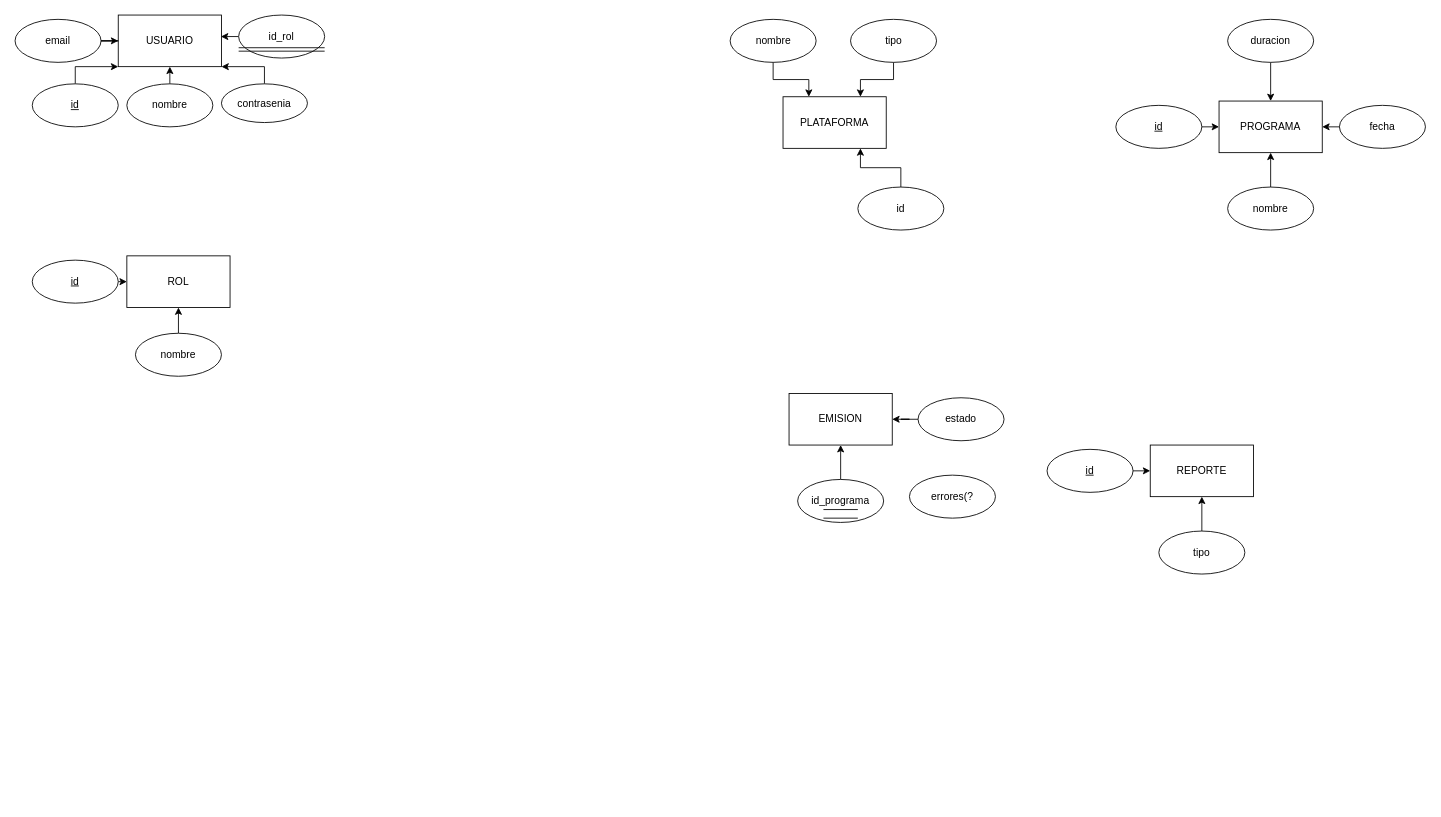
Above: DER Softlution & RO.drawio in chispamaya/Proyecto-Interdisciplinario-Medios-Audiovisuales- (draw.io), before the change. Source tidied: cells renumbered, new cells numbered last; positions are measured from the earlier drawing's top-left corner, leaving out a move shared by most shapes. Both pictures are drawn from the tidied source at 86%, with x=0, y=0 at pixel (15, 15).
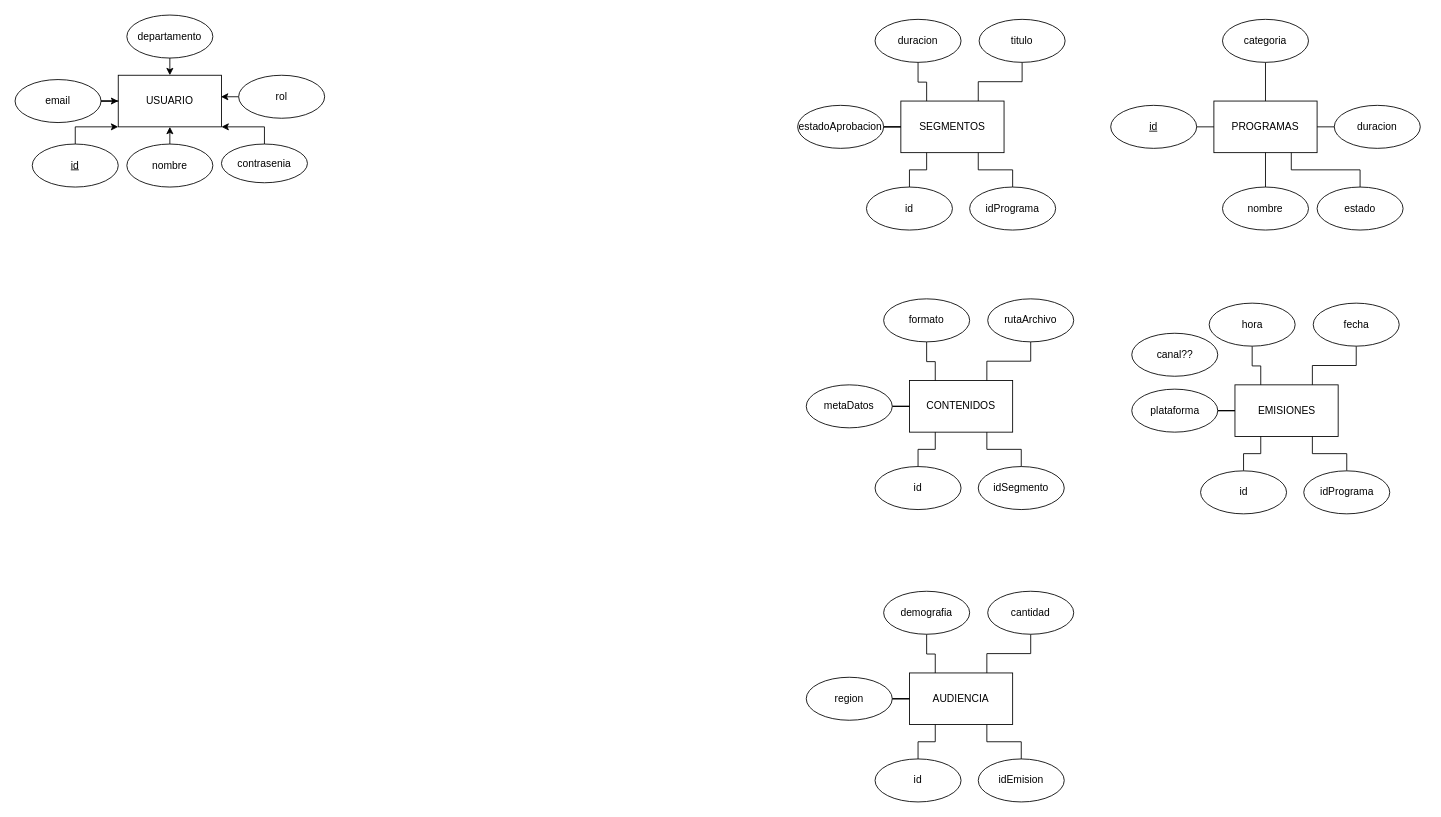
The same page after the edit.

Diff of the diagram source:
```diff
@@
     <mxCell id="2" value="USUARIO" style="rounded=0;whiteSpace=wrap;html=1;" parent="1" vertex="1">
-      <mxGeometry x="120" width="120" height="60" as="geometry" />
+      <mxGeometry x="120" y="70" width="120" height="60" as="geometry" />
     </mxCell>
@@
     <mxCell id="4" value="&lt;u&gt;id&lt;/u&gt;" style="ellipse;whiteSpace=wrap;html=1;" parent="1" vertex="1">
-      <mxGeometry x="20" y="80" width="100" height="50" as="geometry" />
+      <mxGeometry x="20" y="150" width="100" height="50" as="geometry" />
     </mxCell>
@@
     <mxCell id="6" value="nombre" style="ellipse;whiteSpace=wrap;html=1;" parent="1" vertex="1">
-      <mxGeometry x="130" y="80" width="100" height="50" as="geometry" />
+      <mxGeometry x="130" y="150" width="100" height="50" as="geometry" />
     </mxCell>
@@
     <mxCell id="8" value="contrasenia" style="ellipse;whiteSpace=wrap;html=1;" parent="1" vertex="1">
-      <mxGeometry x="240" y="80" width="100" height="45" as="geometry" />
+      <mxGeometry x="240" y="150" width="100" height="45" as="geometry" />
     </mxCell>
@@
-    <mxCell id="10" value="id_rol" style="ellipse;whiteSpace=wrap;html=1;" parent="1" vertex="1">
-      <mxGeometry x="260" width="100" height="50" as="geometry" />
+    <mxCell id="10" value="rol" style="ellipse;whiteSpace=wrap;html=1;" parent="1" vertex="1">
+      <mxGeometry x="260" y="70" width="100" height="50" as="geometry" />
     </mxCell>
-    <mxCell id="11" style="shape=link;html=1;rounded=0;" parent="1" edge="1">
-      <mxGeometry relative="1" as="geometry">
-        <mxPoint x="260" y="40" as="sourcePoint" />
-        <mxPoint x="360" y="40" as="targetPoint" />
-      </mxGeometry>
-    </mxCell>
@@
     <mxCell id="13" value="email" style="ellipse;whiteSpace=wrap;html=1;" parent="1" vertex="1">
-      <mxGeometry y="5" width="100" height="50" as="geometry" />
+      <mxGeometry y="75" width="100" height="50" as="geometry" />
     </mxCell>
-    <mxCell id="14" value="ROL" style="rounded=0;whiteSpace=wrap;html=1;" parent="1" vertex="1">
-      <mxGeometry x="130" y="280" width="120" height="60" as="geometry" />
-    </mxCell>
-    <mxCell id="15" style="edgeStyle=orthogonalEdgeStyle;rounded=0;jettySize=auto;html=1;exitX=1;exitY=0.5;exitDx=0;exitDy=0;entryX=0;entryY=0.5;entryDx=0;entryDy=0;" parent="1" edge="1" source="16" target="14">
-      <mxGeometry relative="1" as="geometry" />
-    </mxCell>
-    <mxCell id="16" value="&lt;u&gt;id&lt;/u&gt;" style="ellipse;whiteSpace=wrap;html=1;" parent="1" vertex="1">
-      <mxGeometry x="20" y="285" width="100" height="50" as="geometry" />
-    </mxCell>
-    <mxCell id="17" style="edgeStyle=orthogonalEdgeStyle;rounded=0;jettySize=auto;html=1;exitX=0.5;exitY=0;exitDx=0;exitDy=0;entryX=0.5;entryY=1;entryDx=0;entryDy=0;" parent="1" edge="1" source="18" target="14">
-      <mxGeometry relative="1" as="geometry" />
-    </mxCell>
-    <mxCell id="18" value="nombre" style="ellipse;whiteSpace=wrap;html=1;" parent="1" vertex="1">
-      <mxGeometry x="140" y="370" width="100" height="50" as="geometry" />
-    </mxCell>
-    <mxCell id="19" value="PROGRAMA" style="rounded=0;whiteSpace=wrap;html=1;" parent="1" vertex="1">
-      <mxGeometry x="1400" y="100" width="120" height="60" as="geometry" />
+    <mxCell id="19" value="PROGRAMAS" style="rounded=0;whiteSpace=wrap;html=1;" parent="1" vertex="1">
+      <mxGeometry x="1394" y="100" width="120" height="60" as="geometry" />
     </mxCell>
-    <mxCell id="20" style="edgeStyle=orthogonalEdgeStyle;rounded=0;jettySize=auto;html=1;exitX=1;exitY=0.5;exitDx=0;exitDy=0;entryX=0;entryY=0.5;entryDx=0;entryDy=0;" parent="1" edge="1" source="21" target="19">
+    <mxCell id="20" style="edgeStyle=orthogonalEdgeStyle;rounded=0;jettySize=auto;html=1;exitX=1;exitY=0.5;exitDx=0;exitDy=0;entryX=0;entryY=0.5;entryDx=0;entryDy=0;endArrow=none;endFill=0;" parent="1" edge="1" source="21" target="19">
       <mxGeometry relative="1" as="geometry" />
     </mxCell>
     <mxCell id="21" value="&lt;u&gt;id&lt;/u&gt;" style="ellipse;whiteSpace=wrap;html=1;" parent="1" vertex="1">
-      <mxGeometry x="1280" y="105" width="100" height="50" as="geometry" />
+      <mxGeometry x="1274" y="105" width="100" height="50" as="geometry" />
     </mxCell>
-    <mxCell id="22" style="edgeStyle=orthogonalEdgeStyle;rounded=0;jettySize=auto;html=1;exitX=0.5;exitY=0;exitDx=0;exitDy=0;" parent="1" edge="1" source="23" target="19">
+    <mxCell id="22" style="edgeStyle=orthogonalEdgeStyle;rounded=0;jettySize=auto;html=1;exitX=0.5;exitY=0;exitDx=0;exitDy=0;endArrow=none;endFill=0;" parent="1" edge="1" source="23" target="19">
       <mxGeometry relative="1" as="geometry" />
     </mxCell>
     <mxCell id="23" value="nombre" style="ellipse;whiteSpace=wrap;html=1;" parent="1" vertex="1">
-      <mxGeometry x="1410" y="200" width="100" height="50" as="geometry" />
+      <mxGeometry x="1404" y="200" width="100" height="50" as="geometry" />
     </mxCell>
-    <mxCell id="24" style="edgeStyle=orthogonalEdgeStyle;rounded=0;jettySize=auto;html=1;exitX=0;exitY=0.5;exitDx=0;exitDy=0;entryX=1;entryY=0.5;entryDx=0;entryDy=0;" parent="1" edge="1" source="25" target="19">
+    <mxCell id="24" style="edgeStyle=orthogonalEdgeStyle;rounded=0;jettySize=auto;html=1;exitX=0;exitY=0.5;exitDx=0;exitDy=0;entryX=1;entryY=0.5;entryDx=0;entryDy=0;endArrow=none;endFill=0;" parent="1" edge="1" source="25" target="19">
       <mxGeometry relative="1" as="geometry" />
     </mxCell>
-    <mxCell id="25" value="fecha" style="ellipse;whiteSpace=wrap;html=1;" parent="1" vertex="1">
-      <mxGeometry x="1540" y="105" width="100" height="50" as="geometry" />
+    <mxCell id="25" value="duracion" style="ellipse;whiteSpace=wrap;html=1;" parent="1" vertex="1">
+      <mxGeometry x="1534" y="105" width="100" height="50" as="geometry" />
     </mxCell>
-    <mxCell id="26" style="edgeStyle=orthogonalEdgeStyle;rounded=0;jettySize=auto;html=1;exitX=0.5;exitY=1;exitDx=0;exitDy=0;entryX=0.5;entryY=0;entryDx=0;entryDy=0;" parent="1" edge="1" source="27" target="19">
+    <mxCell id="26" style="edgeStyle=orthogonalEdgeStyle;rounded=0;jettySize=auto;html=1;exitX=0.5;exitY=1;exitDx=0;exitDy=0;entryX=0.5;entryY=0;entryDx=0;entryDy=0;endArrow=none;endFill=0;" parent="1" edge="1" source="27" target="19">
       <mxGeometry relative="1" as="geometry" />
     </mxCell>
-    <mxCell id="27" value="duracion" style="ellipse;whiteSpace=wrap;html=1;" parent="1" vertex="1">
-      <mxGeometry x="1410" y="5" width="100" height="50" as="geometry" />
+    <mxCell id="27" value="categoria" style="ellipse;whiteSpace=wrap;html=1;" parent="1" vertex="1">
+      <mxGeometry x="1404" y="5" width="100" height="50" as="geometry" />
     </mxCell>
-    <mxCell id="28" value="EMISION" style="rounded=0;whiteSpace=wrap;html=1;" parent="1" vertex="1">
-      <mxGeometry x="900" y="440" width="120" height="60" as="geometry" />
-    </mxCell>
-    <mxCell id="29" style="edgeStyle=orthogonalEdgeStyle;rounded=0;jettySize=auto;html=1;exitX=0;exitY=0.5;exitDx=0;exitDy=0;" parent="1" edge="1" source="30" target="28">
-      <mxGeometry relative="1" as="geometry" />
-    </mxCell>
+    <mxCell id="48" value="SEGMENTOS" style="rounded=0;whiteSpace=wrap;html=1;" parent="1" vertex="1">
+      <mxGeometry x="1030" y="100" width="120" height="60" as="geometry" />
+    </mxCell>
+    <mxCell id="49" style="edgeStyle=orthogonalEdgeStyle;rounded=0;jettySize=auto;html=1;entryX=0.75;entryY=1;entryDx=0;entryDy=0;strokeColor=default;endArrow=none;endFill=0;" parent="1" edge="1" source="30" target="19">
+      <mxGeometry relative="1" as="geometry" />
+    </mxCell>
     <mxCell id="30" value="estado" style="ellipse;whiteSpace=wrap;html=1;" parent="1" vertex="1">
-      <mxGeometry x="1050" y="445" width="100" height="50" as="geometry" />
+      <mxGeometry x="1514" y="200" width="100" height="50" as="geometry" />
     </mxCell>
-    <mxCell id="31" style="edgeStyle=orthogonalEdgeStyle;rounded=0;jettySize=auto;html=1;exitX=0.5;exitY=0;exitDx=0;exitDy=0;entryX=0.5;entryY=1;entryDx=0;entryDy=0;" parent="1" edge="1" source="32" target="28">
-      <mxGeometry relative="1" as="geometry" />
-    </mxCell>
-    <mxCell id="32" value="id_programa" style="ellipse;whiteSpace=wrap;html=1;" parent="1" vertex="1">
-      <mxGeometry x="910" y="540" width="100" height="50" as="geometry" />
-    </mxCell>
-    <mxCell id="33" style="endArrow=none;html=1;rounded=0;" parent="1" edge="1">
-      <mxGeometry relative="1" as="geometry">
-        <mxPoint x="940" y="575" as="sourcePoint" />
-        <mxPoint x="980" y="575" as="targetPoint" />
-      </mxGeometry>
-    </mxCell>
-    <mxCell id="34" style="endArrow=none;html=1;rounded=0;" parent="1" edge="1">
-      <mxGeometry relative="1" as="geometry">
-        <mxPoint x="940" y="585" as="sourcePoint" />
-        <mxPoint x="980" y="585" as="targetPoint" />
-      </mxGeometry>
-    </mxCell>
-    <mxCell id="35" value="errores(?" style="ellipse;whiteSpace=wrap;html=1;" parent="1" vertex="1">
-      <mxGeometry x="1040" y="535" width="100" height="50" as="geometry" />
-    </mxCell>
-    <mxCell id="36" value="PLATAFORMA" style="rounded=0;whiteSpace=wrap;html=1;" parent="1" vertex="1">
-      <mxGeometry x="893" y="95" width="120" height="60" as="geometry" />
-    </mxCell>
-    <mxCell id="37" style="edgeStyle=orthogonalEdgeStyle;rounded=0;jettySize=auto;html=1;exitX=0.5;exitY=0;exitDx=0;exitDy=0;entryX=0.75;entryY=1;entryDx=0;entryDy=0;" parent="1" edge="1" source="38" target="36">
-      <mxGeometry relative="1" as="geometry" />
-    </mxCell>
-    <mxCell id="38" value="id" style="ellipse;whiteSpace=wrap;html=1;" parent="1" vertex="1">
-      <mxGeometry x="980" y="200" width="100" height="50" as="geometry" />
-    </mxCell>
-    <mxCell id="39" style="edgeStyle=orthogonalEdgeStyle;rounded=0;jettySize=auto;html=1;exitX=0.5;exitY=1;exitDx=0;exitDy=0;entryX=0.75;entryY=0;entryDx=0;entryDy=0;" parent="1" edge="1" source="40" target="36">
-      <mxGeometry relative="1" as="geometry" />
-    </mxCell>
-    <mxCell id="40" value="tipo" style="ellipse;whiteSpace=wrap;html=1;" parent="1" vertex="1">
-      <mxGeometry x="971.5" y="5" width="100" height="50" as="geometry" />
-    </mxCell>
-    <mxCell id="41" style="edgeStyle=orthogonalEdgeStyle;rounded=0;jettySize=auto;html=1;exitX=0.5;exitY=1;exitDx=0;exitDy=0;entryX=0.25;entryY=0;entryDx=0;entryDy=0;" parent="1" edge="1" source="42" target="36">
-      <mxGeometry relative="1" as="geometry" />
-    </mxCell>
-    <mxCell id="42" value="nombre" style="ellipse;whiteSpace=wrap;html=1;" parent="1" vertex="1">
-      <mxGeometry x="831.5" y="5" width="100" height="50" as="geometry" />
-    </mxCell>
-    <mxCell id="43" value="REPORTE" style="rounded=0;whiteSpace=wrap;html=1;" parent="1" vertex="1">
-      <mxGeometry x="1320" y="500" width="120" height="60" as="geometry" />
-    </mxCell>
-    <mxCell id="44" style="edgeStyle=orthogonalEdgeStyle;rounded=0;jettySize=auto;html=1;exitX=1;exitY=0.5;exitDx=0;exitDy=0;entryX=0;entryY=0.5;entryDx=0;entryDy=0;" parent="1" edge="1" source="45" target="43">
-      <mxGeometry relative="1" as="geometry" />
-    </mxCell>
-    <mxCell id="45" value="&lt;u&gt;id&lt;/u&gt;" style="ellipse;whiteSpace=wrap;html=1;" parent="1" vertex="1">
-      <mxGeometry x="1200" y="505" width="100" height="50" as="geometry" />
-    </mxCell>
-    <mxCell id="46" style="edgeStyle=orthogonalEdgeStyle;rounded=0;jettySize=auto;html=1;exitX=0.5;exitY=0;exitDx=0;exitDy=0;entryX=0.5;entryY=1;entryDx=0;entryDy=0;" parent="1" edge="1" source="47" target="43">
-      <mxGeometry relative="1" as="geometry" />
-    </mxCell>
-    <mxCell id="47" value="tipo" style="ellipse;whiteSpace=wrap;html=1;" parent="1" vertex="1">
-      <mxGeometry x="1330" y="600" width="100" height="50" as="geometry" />
-    </mxCell>
+    <mxCell id="50" style="edgeStyle=orthogonalEdgeStyle;rounded=0;jettySize=auto;html=1;entryX=0.25;entryY=1;entryDx=0;entryDy=0;endArrow=none;endFill=0;" parent="1" edge="1" source="51" target="48">
+      <mxGeometry relative="1" as="geometry" />
+    </mxCell>
+    <mxCell id="51" value="id" style="ellipse;whiteSpace=wrap;html=1;" parent="1" vertex="1">
+      <mxGeometry x="990" y="200" width="100" height="50" as="geometry" />
+    </mxCell>
+    <mxCell id="52" style="edgeStyle=orthogonalEdgeStyle;rounded=0;jettySize=auto;html=1;entryX=0.75;entryY=1;entryDx=0;entryDy=0;endArrow=none;endFill=0;" parent="1" edge="1" source="53" target="48">
+      <mxGeometry relative="1" as="geometry" />
+    </mxCell>
+    <mxCell id="53" value="idPrograma" style="ellipse;whiteSpace=wrap;html=1;" parent="1" vertex="1">
+      <mxGeometry x="1110" y="200" width="100" height="50" as="geometry" />
+    </mxCell>
+    <mxCell id="54" style="edgeStyle=orthogonalEdgeStyle;rounded=0;jettySize=auto;html=1;entryX=0.75;entryY=0;entryDx=0;entryDy=0;endArrow=none;endFill=0;" parent="1" edge="1" source="55" target="48">
+      <mxGeometry relative="1" as="geometry" />
+    </mxCell>
+    <mxCell id="55" value="titulo" style="ellipse;whiteSpace=wrap;html=1;" parent="1" vertex="1">
+      <mxGeometry x="1121" y="5" width="100" height="50" as="geometry" />
+    </mxCell>
+    <mxCell id="56" style="edgeStyle=orthogonalEdgeStyle;rounded=0;jettySize=auto;html=1;entryX=0.25;entryY=0;entryDx=0;entryDy=0;endArrow=none;endFill=0;" parent="1" edge="1" source="57" target="48">
+      <mxGeometry relative="1" as="geometry">
+        <Array as="points">
+          <mxPoint x="1050" y="78" />
+          <mxPoint x="1060" y="78" />
+        </Array>
+      </mxGeometry>
+    </mxCell>
+    <mxCell id="57" value="duracion" style="ellipse;whiteSpace=wrap;html=1;" parent="1" vertex="1">
+      <mxGeometry x="1000" y="5" width="100" height="50" as="geometry" />
+    </mxCell>
+    <mxCell id="58" style="edgeStyle=orthogonalEdgeStyle;rounded=0;jettySize=auto;html=1;entryX=0;entryY=0.5;entryDx=0;entryDy=0;endArrow=none;endFill=0;" parent="1" edge="1" source="59" target="48">
+      <mxGeometry relative="1" as="geometry" />
+    </mxCell>
+    <mxCell id="59" value="estadoAprobacion" style="ellipse;whiteSpace=wrap;html=1;" parent="1" vertex="1">
+      <mxGeometry x="910" y="105" width="100" height="50" as="geometry" />
+    </mxCell>
+    <mxCell id="60" value="CONTENIDOS" style="rounded=0;whiteSpace=wrap;html=1;" parent="1" vertex="1">
+      <mxGeometry x="1040" y="425" width="120" height="60" as="geometry" />
+    </mxCell>
+    <mxCell id="61" style="edgeStyle=orthogonalEdgeStyle;rounded=0;jettySize=auto;html=1;entryX=0.25;entryY=1;entryDx=0;entryDy=0;endArrow=none;endFill=0;" parent="1" edge="1" source="62" target="60">
+      <mxGeometry relative="1" as="geometry" />
+    </mxCell>
+    <mxCell id="62" value="id" style="ellipse;whiteSpace=wrap;html=1;" parent="1" vertex="1">
+      <mxGeometry x="1000" y="525" width="100" height="50" as="geometry" />
+    </mxCell>
+    <mxCell id="63" style="edgeStyle=orthogonalEdgeStyle;rounded=0;jettySize=auto;html=1;entryX=0.75;entryY=1;entryDx=0;entryDy=0;endArrow=none;endFill=0;" parent="1" edge="1" source="64" target="60">
+      <mxGeometry relative="1" as="geometry" />
+    </mxCell>
+    <mxCell id="64" value="idSegmento" style="ellipse;whiteSpace=wrap;html=1;" parent="1" vertex="1">
+      <mxGeometry x="1120" y="525" width="100" height="50" as="geometry" />
+    </mxCell>
+    <mxCell id="65" style="edgeStyle=orthogonalEdgeStyle;rounded=0;jettySize=auto;html=1;entryX=0.75;entryY=0;entryDx=0;entryDy=0;endArrow=none;endFill=0;" parent="1" edge="1" source="66" target="60">
+      <mxGeometry relative="1" as="geometry" />
+    </mxCell>
+    <mxCell id="66" value="rutaArchivo" style="ellipse;whiteSpace=wrap;html=1;" parent="1" vertex="1">
+      <mxGeometry x="1131" y="330" width="100" height="50" as="geometry" />
+    </mxCell>
+    <mxCell id="67" style="edgeStyle=orthogonalEdgeStyle;rounded=0;jettySize=auto;html=1;entryX=0.25;entryY=0;entryDx=0;entryDy=0;endArrow=none;endFill=0;" parent="1" edge="1" source="68" target="60">
+      <mxGeometry relative="1" as="geometry">
+        <Array as="points">
+          <mxPoint x="1060" y="403" />
+          <mxPoint x="1070" y="403" />
+        </Array>
+      </mxGeometry>
+    </mxCell>
+    <mxCell id="68" value="formato" style="ellipse;whiteSpace=wrap;html=1;" parent="1" vertex="1">
+      <mxGeometry x="1010" y="330" width="100" height="50" as="geometry" />
+    </mxCell>
+    <mxCell id="69" style="edgeStyle=orthogonalEdgeStyle;rounded=0;jettySize=auto;html=1;entryX=0;entryY=0.5;entryDx=0;entryDy=0;endArrow=none;endFill=0;" parent="1" edge="1" source="70" target="60">
+      <mxGeometry relative="1" as="geometry" />
+    </mxCell>
+    <mxCell id="70" value="metaDatos" style="ellipse;whiteSpace=wrap;html=1;" parent="1" vertex="1">
+      <mxGeometry x="920" y="430" width="100" height="50" as="geometry" />
+    </mxCell>
+    <mxCell id="71" value="EMISIONES" style="rounded=0;whiteSpace=wrap;html=1;" parent="1" vertex="1">
+      <mxGeometry x="1418.5" y="430" width="120" height="60" as="geometry" />
+    </mxCell>
+    <mxCell id="72" style="edgeStyle=orthogonalEdgeStyle;rounded=0;jettySize=auto;html=1;entryX=0.25;entryY=1;entryDx=0;entryDy=0;endArrow=none;endFill=0;" parent="1" edge="1" source="73" target="71">
+      <mxGeometry relative="1" as="geometry" />
+    </mxCell>
+    <mxCell id="73" value="id" style="ellipse;whiteSpace=wrap;html=1;" parent="1" vertex="1">
+      <mxGeometry x="1378.5" y="530" width="100" height="50" as="geometry" />
+    </mxCell>
+    <mxCell id="74" style="edgeStyle=orthogonalEdgeStyle;rounded=0;jettySize=auto;html=1;entryX=0.75;entryY=1;entryDx=0;entryDy=0;endArrow=none;endFill=0;" parent="1" edge="1" source="75" target="71">
+      <mxGeometry relative="1" as="geometry" />
+    </mxCell>
+    <mxCell id="75" value="idPrograma" style="ellipse;whiteSpace=wrap;html=1;" parent="1" vertex="1">
+      <mxGeometry x="1498.5" y="530" width="100" height="50" as="geometry" />
+    </mxCell>
+    <mxCell id="76" style="edgeStyle=orthogonalEdgeStyle;rounded=0;jettySize=auto;html=1;entryX=0.75;entryY=0;entryDx=0;entryDy=0;endArrow=none;endFill=0;" parent="1" edge="1" source="77" target="71">
+      <mxGeometry relative="1" as="geometry" />
+    </mxCell>
+    <mxCell id="77" value="fecha" style="ellipse;whiteSpace=wrap;html=1;" parent="1" vertex="1">
+      <mxGeometry x="1509.5" y="335" width="100" height="50" as="geometry" />
+    </mxCell>
+    <mxCell id="78" style="edgeStyle=orthogonalEdgeStyle;rounded=0;jettySize=auto;html=1;entryX=0.25;entryY=0;entryDx=0;entryDy=0;endArrow=none;endFill=0;" parent="1" edge="1" source="79" target="71">
+      <mxGeometry relative="1" as="geometry">
+        <Array as="points">
+          <mxPoint x="1438.5" y="408" />
+          <mxPoint x="1448.5" y="408" />
+        </Array>
+      </mxGeometry>
+    </mxCell>
+    <mxCell id="79" value="hora" style="ellipse;whiteSpace=wrap;html=1;" parent="1" vertex="1">
+      <mxGeometry x="1388.5" y="335" width="100" height="50" as="geometry" />
+    </mxCell>
+    <mxCell id="80" style="edgeStyle=orthogonalEdgeStyle;rounded=0;jettySize=auto;html=1;entryX=0;entryY=0.5;entryDx=0;entryDy=0;endArrow=none;endFill=0;" parent="1" edge="1" source="81" target="71">
+      <mxGeometry relative="1" as="geometry" />
+    </mxCell>
+    <mxCell id="81" value="plataforma" style="ellipse;whiteSpace=wrap;html=1;" parent="1" vertex="1">
+      <mxGeometry x="1298.5" y="435" width="100" height="50" as="geometry" />
+    </mxCell>
+    <mxCell id="82" value="canal??" style="ellipse;whiteSpace=wrap;html=1;" parent="1" vertex="1">
+      <mxGeometry x="1298.5" y="370" width="100" height="50" as="geometry" />
+    </mxCell>
+    <mxCell id="83" value="AUDIENCIA" style="rounded=0;whiteSpace=wrap;html=1;" parent="1" vertex="1">
+      <mxGeometry x="1040" y="765" width="120" height="60" as="geometry" />
+    </mxCell>
+    <mxCell id="84" style="edgeStyle=orthogonalEdgeStyle;rounded=0;jettySize=auto;html=1;entryX=0.25;entryY=1;entryDx=0;entryDy=0;endArrow=none;endFill=0;" parent="1" edge="1" source="85" target="83">
+      <mxGeometry relative="1" as="geometry" />
+    </mxCell>
+    <mxCell id="85" value="id" style="ellipse;whiteSpace=wrap;html=1;" parent="1" vertex="1">
+      <mxGeometry x="1000" y="865" width="100" height="50" as="geometry" />
+    </mxCell>
+    <mxCell id="86" style="edgeStyle=orthogonalEdgeStyle;rounded=0;jettySize=auto;html=1;entryX=0.75;entryY=1;entryDx=0;entryDy=0;endArrow=none;endFill=0;" parent="1" edge="1" source="87" target="83">
+      <mxGeometry relative="1" as="geometry" />
+    </mxCell>
+    <mxCell id="87" value="idEmision" style="ellipse;whiteSpace=wrap;html=1;" parent="1" vertex="1">
+      <mxGeometry x="1120" y="865" width="100" height="50" as="geometry" />
+    </mxCell>
+    <mxCell id="88" style="edgeStyle=orthogonalEdgeStyle;rounded=0;jettySize=auto;html=1;entryX=0.75;entryY=0;entryDx=0;entryDy=0;endArrow=none;endFill=0;" parent="1" edge="1" source="89" target="83">
+      <mxGeometry relative="1" as="geometry" />
+    </mxCell>
+    <mxCell id="89" value="cantidad" style="ellipse;whiteSpace=wrap;html=1;" parent="1" vertex="1">
+      <mxGeometry x="1131" y="670" width="100" height="50" as="geometry" />
+    </mxCell>
+    <mxCell id="90" style="edgeStyle=orthogonalEdgeStyle;rounded=0;jettySize=auto;html=1;entryX=0.25;entryY=0;entryDx=0;entryDy=0;endArrow=none;endFill=0;" parent="1" edge="1" source="91" target="83">
+      <mxGeometry relative="1" as="geometry">
+        <Array as="points">
+          <mxPoint x="1060" y="743" />
+          <mxPoint x="1070" y="743" />
+        </Array>
+      </mxGeometry>
+    </mxCell>
+    <mxCell id="91" value="demografia" style="ellipse;whiteSpace=wrap;html=1;" parent="1" vertex="1">
+      <mxGeometry x="1010" y="670" width="100" height="50" as="geometry" />
+    </mxCell>
+    <mxCell id="92" style="edgeStyle=orthogonalEdgeStyle;rounded=0;jettySize=auto;html=1;entryX=0;entryY=0.5;entryDx=0;entryDy=0;endArrow=none;endFill=0;" parent="1" edge="1" source="93" target="83">
+      <mxGeometry relative="1" as="geometry" />
+    </mxCell>
+    <mxCell id="93" value="region" style="ellipse;whiteSpace=wrap;html=1;" parent="1" vertex="1">
+      <mxGeometry x="920" y="770" width="100" height="50" as="geometry" />
+    </mxCell>
+    <mxCell id="94" style="edgeStyle=orthogonalEdgeStyle;rounded=0;jettySize=auto;html=1;exitX=0.5;exitY=1;exitDx=0;exitDy=0;entryX=0.5;entryY=0;entryDx=0;entryDy=0;" parent="1" edge="1" source="95" target="2">
+      <mxGeometry relative="1" as="geometry" />
+    </mxCell>
+    <mxCell id="95" value="departamento" style="ellipse;whiteSpace=wrap;html=1;" parent="1" vertex="1">
+      <mxGeometry x="130" width="100" height="50" as="geometry" />
+    </mxCell>
```
